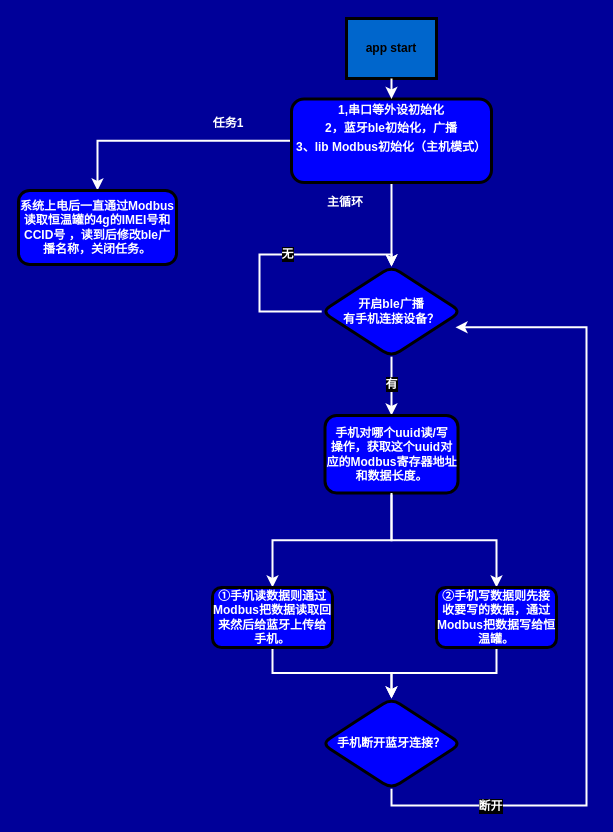
doctor1cong/draw_flow_chart keeps this draw.io diagram as draw_io_for_work/RTU485BT02_transfer.drawio. Above is the earlier version. Source tidied: cells renumbered, new cells numbered last; positions are measured from the earlier drawing's top-left corner, leaving out a move shared by most shapes. Both pictures are drawn from the tidied source at 100%, with x=0, y=0 at pixel (18, 18).
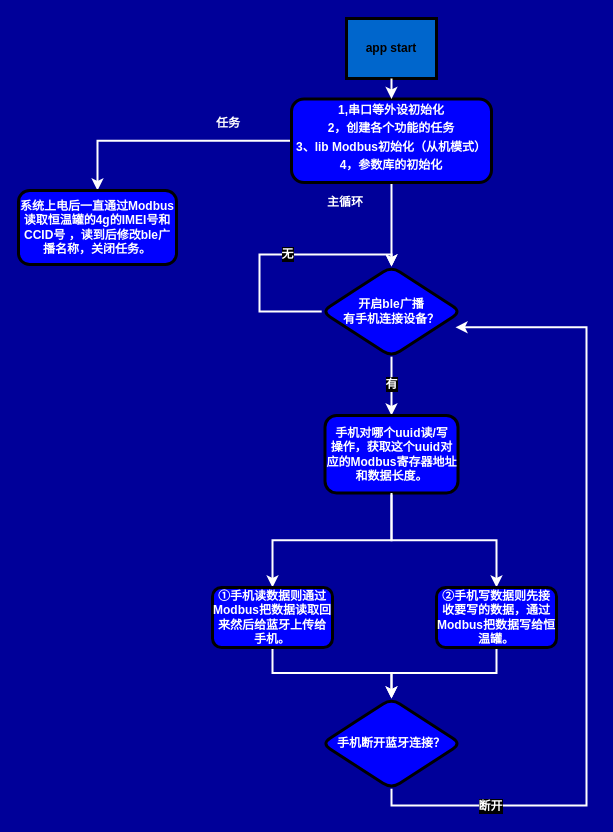
The same diagram, later.

Diff of the diagram source:
```diff
@@
-    <mxCell id="4" value="&lt;p style=&quot;margin: 4px 0px 0px; text-align: center;&quot;&gt;&lt;font color=&quot;#ffffff&quot;&gt;1,串口等外设初始化&lt;/font&gt;&lt;/p&gt;&lt;p style=&quot;margin: 4px 0px 0px; text-align: center;&quot;&gt;&lt;font color=&quot;#ffffff&quot;&gt;2，蓝牙ble初始化，广播&lt;/font&gt;&lt;/p&gt;&lt;p style=&quot;margin: 4px 0px 0px; text-align: center;&quot;&gt;&lt;font color=&quot;#ffffff&quot;&gt;3、lib Modbus初始化（主机模式&lt;/font&gt;&lt;span style=&quot;color: rgb(255, 255, 255); background-color: initial;&quot;&gt;）&lt;/span&gt;&lt;/p&gt;" style="verticalAlign=middle;align=center;overflow=fill;fontSize=12;fontFamily=Helvetica;html=1;rounded=1;fontStyle=1;strokeWidth=3;fillColor=#0000FF;" parent="1" vertex="1">
+    <mxCell id="4" value="&lt;p style=&quot;margin: 4px 0px 0px; text-align: center;&quot;&gt;&lt;font color=&quot;#ffffff&quot;&gt;1,串口等外设初始化&lt;/font&gt;&lt;/p&gt;&lt;p style=&quot;margin: 4px 0px 0px; text-align: center;&quot;&gt;&lt;font color=&quot;#ffffff&quot;&gt;2，创建各个功能的任务&lt;/font&gt;&lt;/p&gt;&lt;p style=&quot;margin: 4px 0px 0px; text-align: center;&quot;&gt;&lt;font color=&quot;#ffffff&quot;&gt;3、lib Modbus初始化（从机模式&lt;/font&gt;&lt;span style=&quot;color: rgb(255, 255, 255); background-color: initial;&quot;&gt;）&lt;/span&gt;&lt;/p&gt;&lt;p style=&quot;margin: 4px 0px 0px; text-align: center;&quot;&gt;&lt;span style=&quot;color: rgb(255, 255, 255); background-color: initial;&quot;&gt;4，参数库的初始化&lt;/span&gt;&lt;/p&gt;&lt;p style=&quot;margin: 4px 0px 0px; text-align: center;&quot;&gt;&lt;span style=&quot;color: rgb(255, 255, 255); background-color: initial;&quot;&gt;&lt;br&gt;&lt;/span&gt;&lt;/p&gt;" style="verticalAlign=middle;align=center;overflow=fill;fontSize=12;fontFamily=Helvetica;html=1;rounded=1;fontStyle=1;strokeWidth=3;fillColor=#0000FF;" parent="1" vertex="1">
       <mxGeometry x="273" y="80.5" width="200" height="83.5" as="geometry" />
     </mxCell>
@@
-    <mxCell id="15" value="任务1" style="text;strokeColor=none;align=center;fillColor=none;html=1;verticalAlign=middle;whiteSpace=wrap;rounded=0;fontFamily=Helvetica;fontSize=12;fontColor=#FFFFFF;fontStyle=1;" parent="1" vertex="1">
+    <mxCell id="15" value="任务" style="text;strokeColor=none;align=center;fillColor=none;html=1;verticalAlign=middle;whiteSpace=wrap;rounded=0;fontFamily=Helvetica;fontSize=12;fontColor=#FFFFFF;fontStyle=1;" parent="1" vertex="1">
       <mxGeometry x="180" y="90" width="60" height="30" as="geometry" />
     </mxCell>
```
